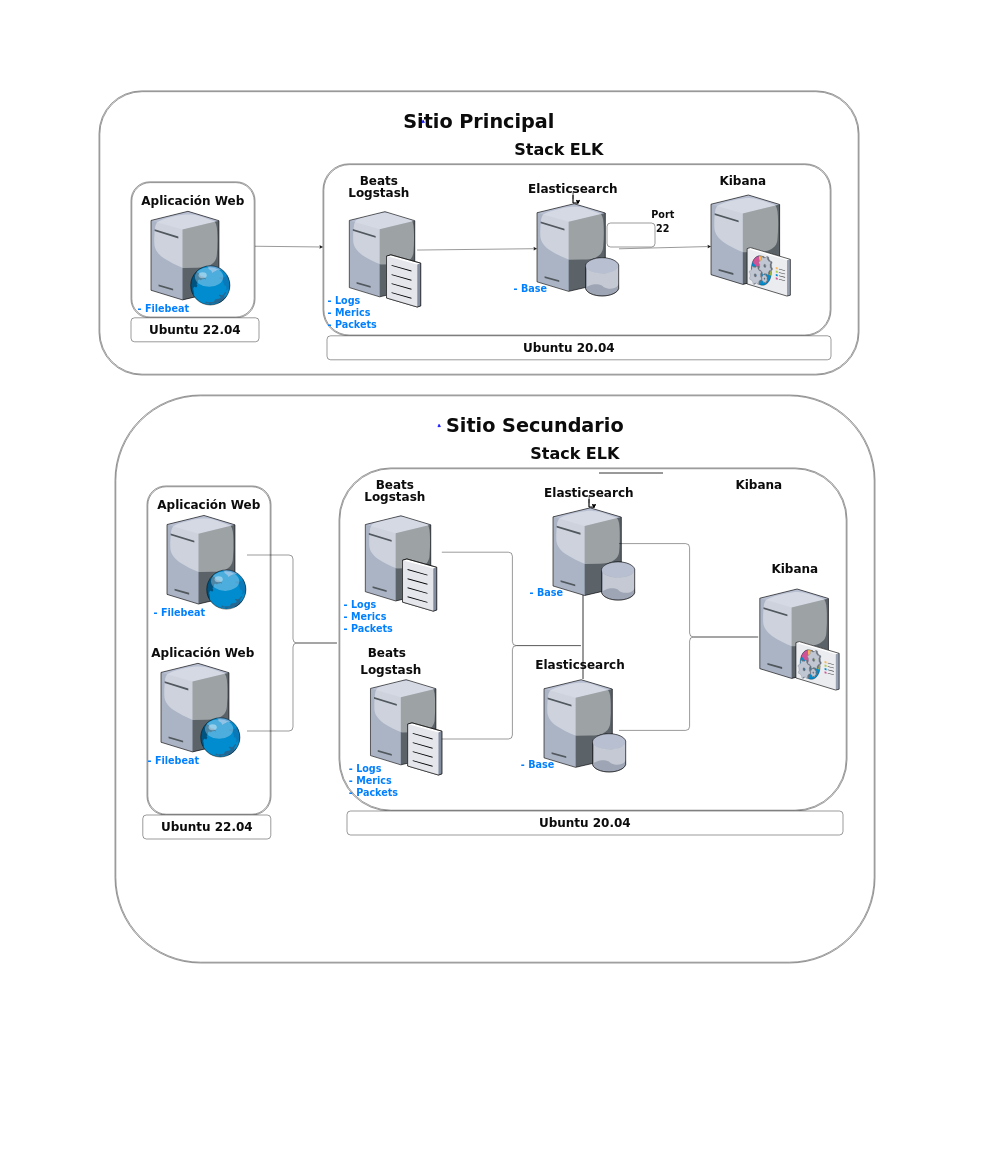
Above: Diagrama ELK.drawio in Yeivt/FrozenBaron (draw.io), before the change. Source tidied: cells renumbered, new cells numbered last; positions are measured from the earlier drawing's top-left corner, leaving out a move shared by most shapes. Both pictures are drawn from the tidied source at 40%, with x=0, y=0 at pixel (99, 91).
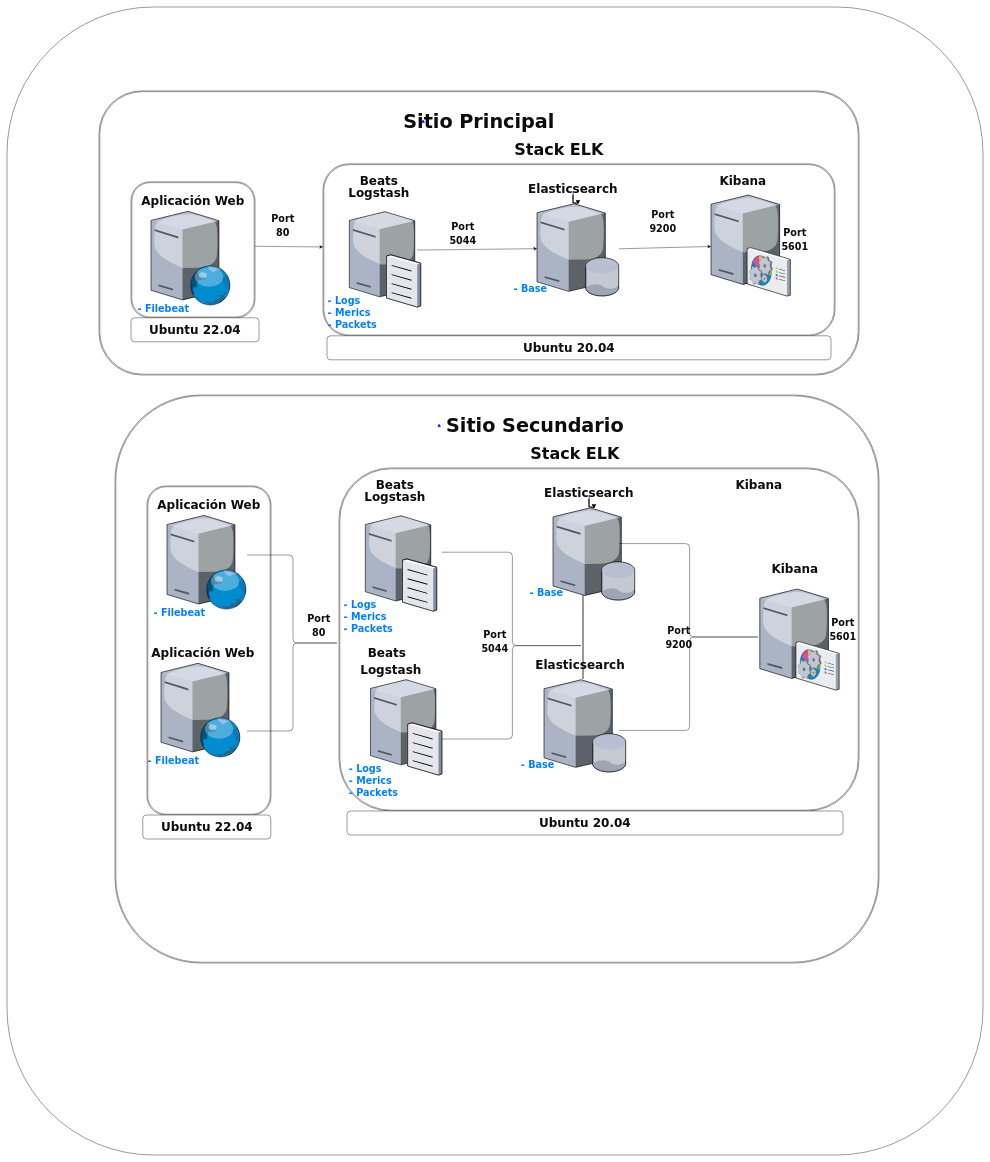
The same page after the edit.

What changed in the source:
```diff
@@
+    <mxCell id="79" style="rounded=1;whiteSpace=wrap;html=1;" parent="1" vertex="1">
+      <mxGeometry x="-230" y="-210" width="2440" height="2870" as="geometry" />
+    </mxCell>
@@
     <mxCell id="4" style="shape=ext;double=1;rounded=1;whiteSpace=wrap;html=1;fontSize=30;fontColor=#0d0c0c;" parent="1" vertex="1">
-      <mxGeometry x="560" y="182.1" width="1270" height="430" as="geometry" />
+      <mxGeometry x="560" y="182.1" width="1280" height="430" as="geometry" />
     </mxCell>
@@
-    <mxCell id="25" value="&lt;font face=&quot;Verdana&quot; color=&quot;#0d0c0c&quot;&gt;&lt;span style=&quot;font-size: 30px;&quot;&gt;&lt;b style=&quot;font-size: 24px;&quot;&gt;Port 22&lt;/b&gt;&lt;/span&gt;&lt;/font&gt;" style="text;strokeColor=none;align=center;fillColor=none;html=1;verticalAlign=middle;whiteSpace=wrap;rounded=0;fontSize=24;fontColor=#007FFF;" parent="1" vertex="1">
+    <mxCell id="25" value="&lt;font face=&quot;Verdana&quot; color=&quot;#0d0c0c&quot;&gt;&lt;span style=&quot;font-size: 30px;&quot;&gt;&lt;b style=&quot;font-size: 24px;&quot;&gt;Port 9200&lt;/b&gt;&lt;/span&gt;&lt;/font&gt;" style="text;strokeColor=none;align=center;fillColor=none;html=1;verticalAlign=middle;whiteSpace=wrap;rounded=0;fontSize=24;fontColor=#007FFF;" parent="1" vertex="1">
       <mxGeometry x="1380" y="310" width="60" height="30" as="geometry" />
     </mxCell>
@@
     <mxCell id="30" style="shape=ext;double=1;rounded=1;whiteSpace=wrap;html=1;fontSize=30;fontColor=#0d0c0c;" parent="1" vertex="1">
-      <mxGeometry x="40" y="760" width="1900" height="1420" as="geometry" />
+      <mxGeometry x="40" y="760" width="1910" height="1420" as="geometry" />
     </mxCell>
@@
     <mxCell id="32" style="shape=ext;double=1;rounded=1;whiteSpace=wrap;html=1;fontSize=30;fontColor=#0d0c0c;" parent="1" vertex="1">
-      <mxGeometry x="600" y="942.4" width="1270" height="857.6" as="geometry" />
+      <mxGeometry x="600" y="942.4" width="1300" height="857.6" as="geometry" />
     </mxCell>
@@
-    <mxCell id="66" style="line;strokeWidth=2;html=1;" parent="1" vertex="1">
-      <mxGeometry x="1250" y="950" width="160" height="10" as="geometry" />
-    </mxCell>
@@
-    <mxCell id="70" style="rounded=1;whiteSpace=wrap;html=1;" parent="1" vertex="1">
-      <mxGeometry x="1270" y="330" width="120" height="60" as="geometry" />
-    </mxCell>
@@
+    <mxCell id="80" value="&lt;font face=&quot;Verdana&quot; color=&quot;#0d0c0c&quot;&gt;&lt;span style=&quot;font-size: 30px;&quot;&gt;&lt;b style=&quot;font-size: 24px;&quot;&gt;Port 80&lt;/b&gt;&lt;/span&gt;&lt;/font&gt;" style="text;strokeColor=none;align=center;fillColor=none;html=1;verticalAlign=middle;whiteSpace=wrap;rounded=0;fontSize=24;fontColor=#007FFF;" parent="1" vertex="1">
+      <mxGeometry x="430" y="320" width="60" height="30" as="geometry" />
+    </mxCell>
+    <mxCell id="81" value="&lt;font face=&quot;Verdana&quot; color=&quot;#0d0c0c&quot;&gt;&lt;span style=&quot;font-size: 30px;&quot;&gt;&lt;b style=&quot;font-size: 24px;&quot;&gt;Port 80&lt;/b&gt;&lt;/span&gt;&lt;/font&gt;" style="text;strokeColor=none;align=center;fillColor=none;html=1;verticalAlign=middle;whiteSpace=wrap;rounded=0;fontSize=24;fontColor=#007FFF;" parent="1" vertex="1">
+      <mxGeometry x="520" y="1320.3" width="60" height="30" as="geometry" />
+    </mxCell>
+    <mxCell id="82" value="&lt;font face=&quot;Verdana&quot; color=&quot;#0d0c0c&quot;&gt;&lt;span style=&quot;font-size: 30px;&quot;&gt;&lt;b style=&quot;font-size: 24px;&quot;&gt;Port 5044&lt;/b&gt;&lt;/span&gt;&lt;/font&gt;" style="text;strokeColor=none;align=center;fillColor=none;html=1;verticalAlign=middle;whiteSpace=wrap;rounded=0;fontSize=24;fontColor=#007FFF;" parent="1" vertex="1">
+      <mxGeometry x="880" y="339.8" width="60" height="30" as="geometry" />
+    </mxCell>
+    <mxCell id="83" value="&lt;font face=&quot;Verdana&quot; color=&quot;#0d0c0c&quot;&gt;&lt;span style=&quot;font-size: 30px;&quot;&gt;&lt;b style=&quot;font-size: 24px;&quot;&gt;Port 5044&lt;/b&gt;&lt;/span&gt;&lt;/font&gt;" style="text;strokeColor=none;align=center;fillColor=none;html=1;verticalAlign=middle;whiteSpace=wrap;rounded=0;fontSize=24;fontColor=#007FFF;" parent="1" vertex="1">
+      <mxGeometry x="960" y="1360" width="60" height="30" as="geometry" />
+    </mxCell>
+    <mxCell id="84" value="&lt;font face=&quot;Verdana&quot; color=&quot;#0d0c0c&quot;&gt;&lt;span style=&quot;font-size: 30px;&quot;&gt;&lt;b style=&quot;font-size: 24px;&quot;&gt;Port 9200&lt;/b&gt;&lt;/span&gt;&lt;/font&gt;" style="text;strokeColor=none;align=center;fillColor=none;html=1;verticalAlign=middle;whiteSpace=wrap;rounded=0;fontSize=24;fontColor=#007FFF;" parent="1" vertex="1">
+      <mxGeometry x="1420" y="1350" width="60" height="30" as="geometry" />
+    </mxCell>
+    <mxCell id="85" value="&lt;font face=&quot;Verdana&quot; color=&quot;#0d0c0c&quot;&gt;&lt;span style=&quot;font-size: 30px;&quot;&gt;&lt;b style=&quot;font-size: 24px;&quot;&gt;Port 5601&lt;/b&gt;&lt;/span&gt;&lt;/font&gt;" style="text;strokeColor=none;align=center;fillColor=none;html=1;verticalAlign=middle;whiteSpace=wrap;rounded=0;fontSize=24;fontColor=#007FFF;" parent="1" vertex="1">
+      <mxGeometry x="1710" y="355" width="60" height="30" as="geometry" />
+    </mxCell>
+    <mxCell id="86" value="&lt;font face=&quot;Verdana&quot; color=&quot;#0d0c0c&quot;&gt;&lt;span style=&quot;font-size: 30px;&quot;&gt;&lt;b style=&quot;font-size: 24px;&quot;&gt;Port 5601&lt;/b&gt;&lt;/span&gt;&lt;/font&gt;" style="text;strokeColor=none;align=center;fillColor=none;html=1;verticalAlign=middle;whiteSpace=wrap;rounded=0;fontSize=24;fontColor=#007FFF;" parent="1" vertex="1">
+      <mxGeometry x="1830" y="1330" width="60" height="30" as="geometry" />
+    </mxCell>
```
